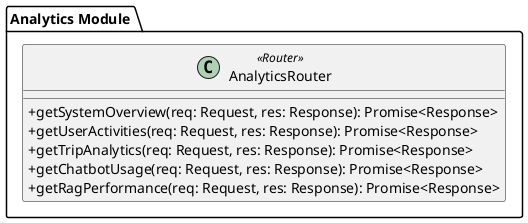
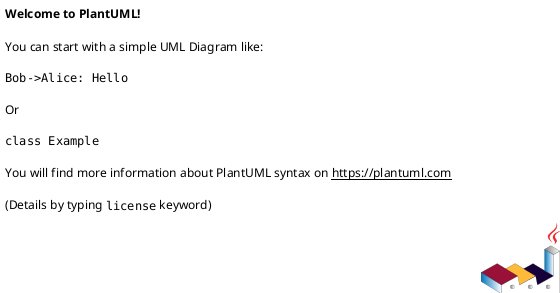
@startuml Class_Analytics
- 
- skinparam linetype ortho
- skinparam classAttributeIconSize 0
- 
- package "Analytics Module " {
- 
-   class "AnalyticsRouter" as AnalyticsRouter <<Router>> {
-     + getSystemOverview(req: Request, res: Response): Promise<Response>
-     + getUserActivities(req: Request, res: Response): Promise<Response>
-     + getTripAnalytics(req: Request, res: Response): Promise<Response>
-     + getChatbotUsage(req: Request, res: Response): Promise<Response>
-     + getRagPerformance(req: Request, res: Response): Promise<Response>
-   }
- }
- 
+ ' Deleted
@enduml
